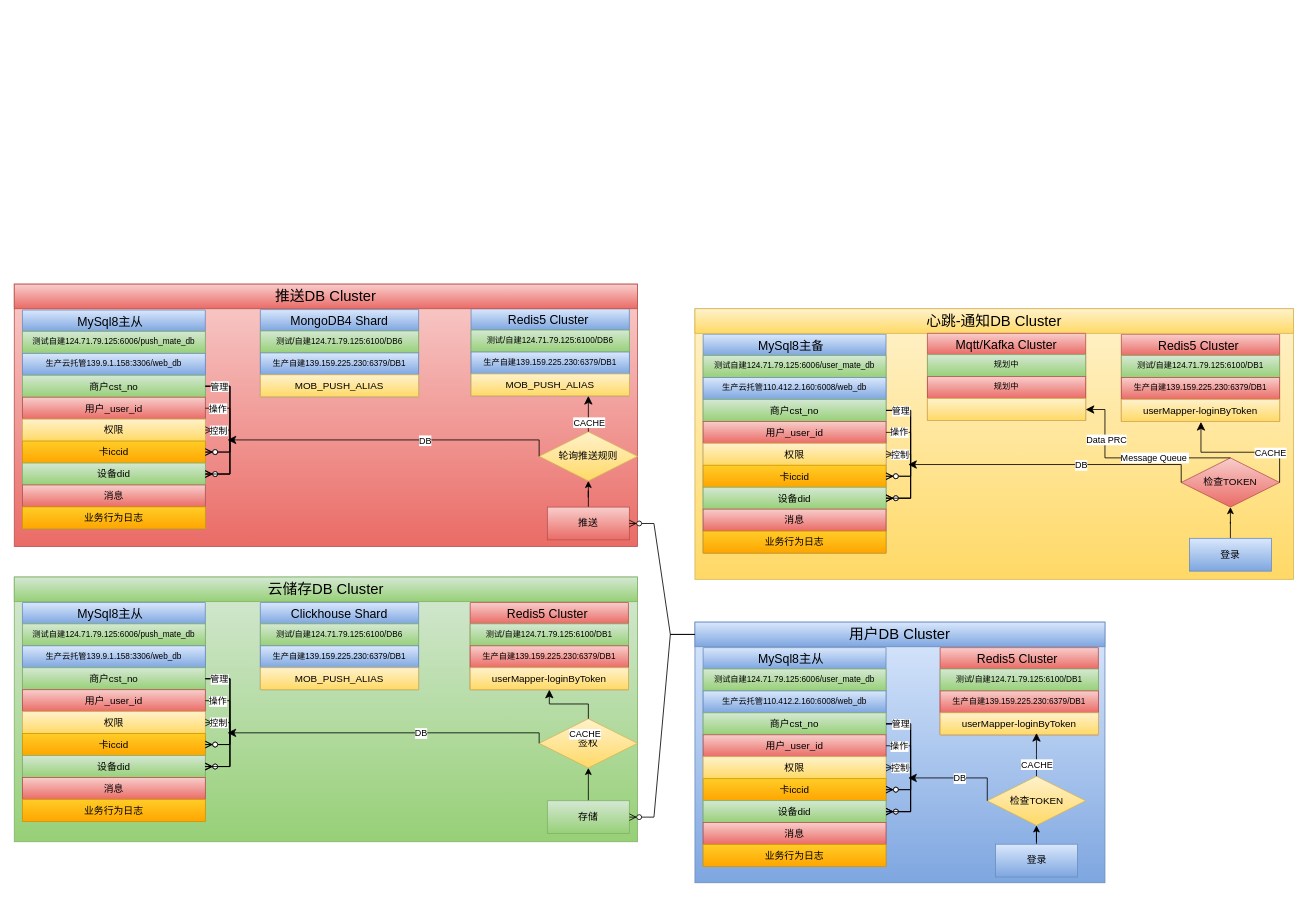
Earlier version of the draw.io diagram cloudbirds/整体数据模型.drawio (luoyongshun/framework). Source tidied: cells renumbered, new cells numbered last; positions are measured from the earlier drawing's top-left corner, leaving out a move shared by most shapes. Both pictures are drawn from the tidied source at 82%, with x=0, y=0 at pixel (14, 284).
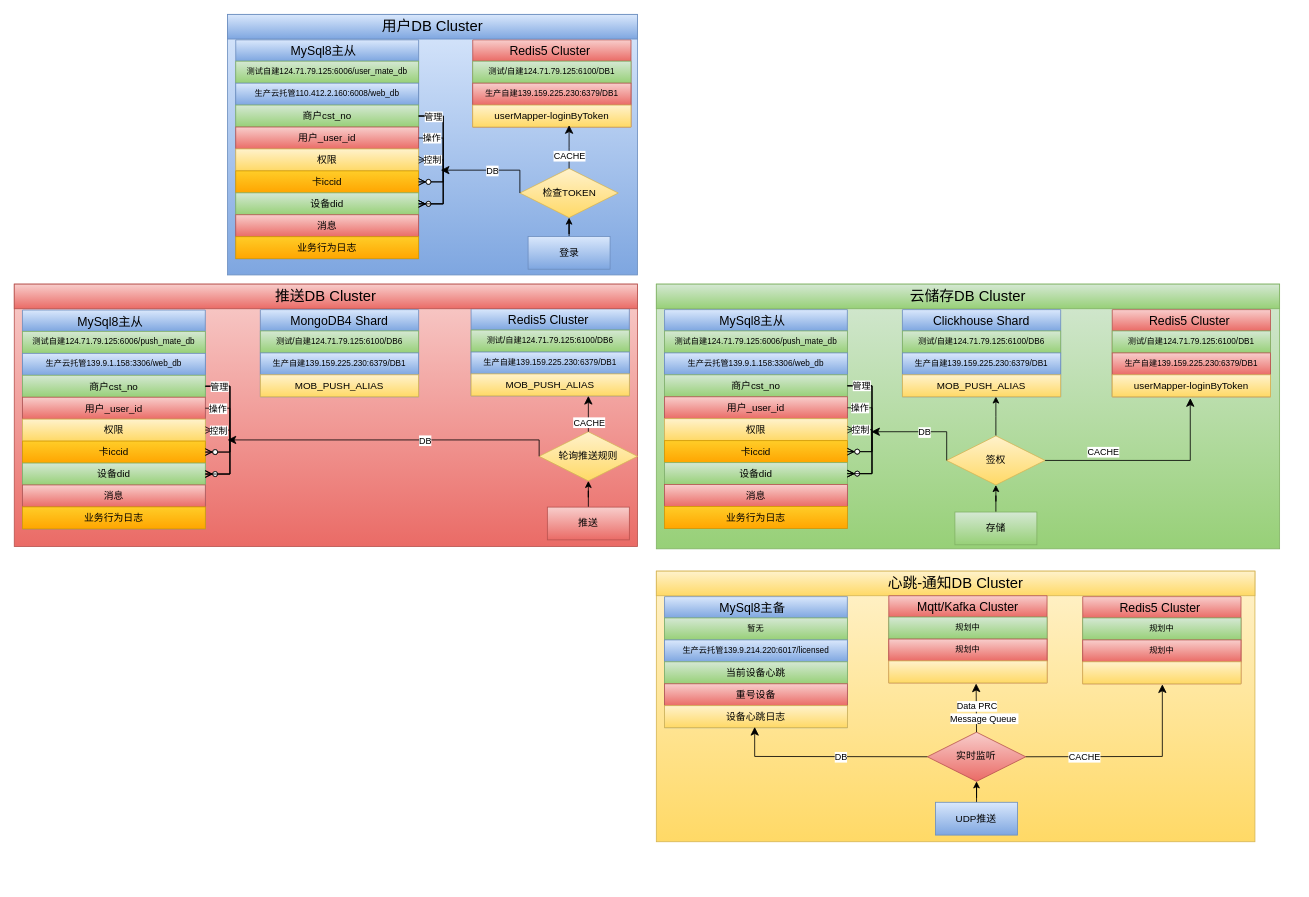
After the change.

Commit message (it also covers changes not shown here):
更新整体数据模型.drawio

Unchanged cells that the change refers to:
```xml
<mxCell id="54" value="推送" style="whiteSpace=wrap;html=1;align=center;fillColor=#f8cecc;gradientColor=#ea6b66;strokeColor=#b85450;" parent="1" vertex="1">
  <mxGeometry x="650" y="271.9" width="100" height="40" as="geometry" />
</mxCell>
<mxCell id="89" value="userMapper-loginByToken" style="text;strokeColor=#d6b656;fillColor=#fff2cc;spacingLeft=4;spacingRight=4;overflow=hidden;points=[[0,0.5],[1,0.5]];portConstraint=eastwest;fontSize=12;gradientColor=#ffd966;align=center;" parent="86" vertex="1">
  <mxGeometry y="79.5" width="193" height="26.8" as="geometry" />
</mxCell>
<mxCell id="139" style="text;strokeColor=#d6b656;fillColor=#fff2cc;spacingLeft=4;spacingRight=4;overflow=hidden;points=[[0,0.5],[1,0.5]];portConstraint=eastwest;fontSize=12;gradientColor=#ffd966;align=center;" parent="136" vertex="1">
  <mxGeometry y="79.5" width="193" height="26.8" as="geometry" />
</mxCell>
```

Diff of the diagram source:
```diff
@@
     <mxCell id="2" style="rounded=0;whiteSpace=wrap;html=1;fillColor=#dae8fc;gradientColor=#7ea6e0;strokeColor=#6c8ebf;" parent="1" vertex="1">
-      <mxGeometry x="830" y="412.2" width="500" height="317.8" as="geometry" />
+      <mxGeometry x="260" y="-329" width="500" height="317.8" as="geometry" />
     </mxCell>
     <mxCell id="3" value="检查TOKEN" style="shape=rhombus;perimeter=rhombusPerimeter;whiteSpace=wrap;html=1;align=center;fillColor=#fff2cc;gradientColor=#ffd966;strokeColor=#d6b656;" parent="1" vertex="1">
-      <mxGeometry x="1186.5" y="600.1" width="120" height="60" as="geometry" />
+      <mxGeometry x="616.5" y="-141.1" width="120" height="60" as="geometry" />
     </mxCell>
     <mxCell id="4" value="MySql8主从  " style="swimlane;fontStyle=0;horizontal=1;startSize=26;align=center;fontSize=15;fillColor=#dae8fc;gradientColor=#7ea6e0;strokeColor=#6c8ebf;" parent="1" vertex="1">
-      <mxGeometry x="840" y="443.3" width="223" height="266.9" as="geometry" />
+      <mxGeometry x="270" y="-297.9" width="223" height="266.9" as="geometry" />
     </mxCell>
@@
     <mxCell id="23" value="登录" style="whiteSpace=wrap;html=1;align=center;fillColor=#dae8fc;gradientColor=#7ea6e0;strokeColor=#6c8ebf;" parent="1" vertex="1">
-      <mxGeometry x="1196.5" y="683" width="100" height="40" as="geometry" />
+      <mxGeometry x="626.5" y="-58.2" width="100" height="40" as="geometry" />
     </mxCell>
     <mxCell id="24" value="Redis5 Cluster " style="swimlane;fontStyle=0;horizontal=1;startSize=26;align=center;fontSize=15;fillColor=#f8cecc;gradientColor=#ea6b66;strokeColor=#b85450;" parent="1" vertex="1">
-      <mxGeometry x="1129" y="443.3" width="193" height="106.3" as="geometry" />
+      <mxGeometry x="559" y="-297.9" width="193" height="106.3" as="geometry" />
     </mxCell>
@@
     <mxCell id="28" style="edgeStyle=elbowEdgeStyle;elbow=vertical;endArrow=classic;html=1;curved=0;rounded=0;endSize=8;startSize=8;exitX=0;exitY=0.5;exitDx=0;exitDy=0;" parent="1" edge="1" source="3">
       <mxGeometry relative="1" as="geometry">
-        <mxPoint x="1090" y="602.2" as="targetPoint" />
+        <mxPoint x="520" y="-139" as="targetPoint" />
         <Array as="points">
-          <mxPoint x="1130" y="602.2" />
+          <mxPoint x="560" y="-139" />
         </Array>
       </mxGeometry>
     </mxCell>
@@
     <mxCell id="30" style="edgeStyle=elbowEdgeStyle;elbow=vertical;endArrow=classic;html=1;curved=0;rounded=0;endSize=8;startSize=8;exitX=0.5;exitY=0;exitDx=0;exitDy=0;entryX=0.5;entryY=1;entryDx=0;entryDy=0;" parent="1" edge="1" source="3">
       <mxGeometry relative="1" as="geometry">
-        <mxPoint x="1246.5" y="547.4" as="targetPoint" />
+        <mxPoint x="676.5" y="-193.9" as="targetPoint" />
       </mxGeometry>
     </mxCell>
@@
     <mxCell id="32" value="用户DB Cluster" style="text;html=1;strokeColor=#6c8ebf;fillColor=#dae8fc;align=center;verticalAlign=middle;whiteSpace=wrap;rounded=0;fontSize=18;gradientColor=#7ea6e0;" parent="1" vertex="1">
-      <mxGeometry x="830" y="412.2" width="500" height="30" as="geometry" />
+      <mxGeometry x="260" y="-328.9" width="500" height="30" as="geometry" />
     </mxCell>
@@
     <mxCell id="64" style="rounded=0;whiteSpace=wrap;html=1;fillColor=#d5e8d4;gradientColor=#97d077;strokeColor=#82b366;" parent="1" vertex="1">
-      <mxGeometry x="-0.1" y="357.2" width="760.1" height="322.8" as="geometry" />
+      <mxGeometry x="782.9" width="760.1" height="322.8" as="geometry" />
     </mxCell>
+    <mxCell id="143" style="edgeStyle=orthogonalEdgeStyle;rounded=0;jettySize=auto;html=1;" parent="1" edge="1" source="65">
+      <mxGeometry relative="1" as="geometry">
+        <mxPoint x="1197" y="137" as="targetPoint" />
+      </mxGeometry>
+    </mxCell>
     <mxCell id="65" value="签权" style="shape=rhombus;perimeter=rhombusPerimeter;whiteSpace=wrap;html=1;align=center;fillColor=#fff2cc;gradientColor=#ffd966;strokeColor=#d6b656;" parent="1" vertex="1">
-      <mxGeometry x="640" y="530" width="120" height="60" as="geometry" />
+      <mxGeometry x="1137" y="185" width="120" height="60" as="geometry" />
     </mxCell>
     <mxCell id="66" value="MySql8主从  " style="swimlane;fontStyle=0;horizontal=1;startSize=26;align=center;fontSize=15;fillColor=#dae8fc;gradientColor=#7ea6e0;strokeColor=#6c8ebf;" parent="1" vertex="1">
-      <mxGeometry x="9.9" y="388.3" width="223" height="266.9" as="geometry" />
+      <mxGeometry x="792.9" y="31.1" width="223" height="266.9" as="geometry" />
     </mxCell>
@@
     <mxCell id="85" value="存储" style="whiteSpace=wrap;html=1;align=center;fillColor=#d5e8d4;gradientColor=#97d077;strokeColor=#82b366;" parent="1" vertex="1">
-      <mxGeometry x="650" y="630" width="100" height="40" as="geometry" />
+      <mxGeometry x="1147" y="277.9" width="100" height="40" as="geometry" />
     </mxCell>
     <mxCell id="86" value="Redis5 Cluster " style="swimlane;fontStyle=0;horizontal=1;startSize=26;align=center;fontSize=15;fillColor=#f8cecc;gradientColor=#ea6b66;strokeColor=#b85450;" parent="1" vertex="1">
-      <mxGeometry x="555.9" y="388.3" width="193" height="106.3" as="geometry" />
+      <mxGeometry x="1338.9" y="31.1" width="193" height="106.3" as="geometry" />
     </mxCell>
@@
     <mxCell id="90" style="edgeStyle=elbowEdgeStyle;elbow=vertical;endArrow=classic;html=1;curved=0;rounded=0;endSize=8;startSize=8;exitX=0;exitY=0.5;exitDx=0;exitDy=0;" parent="1" edge="1" source="65">
       <mxGeometry relative="1" as="geometry">
-        <mxPoint x="259.9" y="547.2" as="targetPoint" />
+        <mxPoint x="1045" y="180" as="targetPoint" />
         <Array as="points">
-          <mxPoint x="299.9" y="547.2" />
+          <mxPoint x="1380" y="180" />
         </Array>
       </mxGeometry>
     </mxCell>
@@
-    <mxCell id="92" style="edgeStyle=elbowEdgeStyle;elbow=vertical;endArrow=classic;html=1;curved=0;rounded=0;endSize=8;startSize=8;exitX=0.5;exitY=0;exitDx=0;exitDy=0;" parent="1" edge="1" source="65" target="89">
-      <mxGeometry relative="1" as="geometry" />
+    <mxCell id="92" style="edgeStyle=elbowEdgeStyle;elbow=vertical;endArrow=classic;html=1;curved=0;rounded=0;endSize=8;startSize=8;exitX=1;exitY=0.5;exitDx=0;exitDy=0;entryX=0.493;entryY=1.061;entryDx=0;entryDy=0;entryPerimeter=0;" parent="1" edge="1" source="65" target="89">
+      <mxGeometry relative="1" as="geometry">
+        <Array as="points">
+          <mxPoint x="1360" y="215" />
+        </Array>
+      </mxGeometry>
     </mxCell>
     <mxCell id="93" value="CACHE" style="edgeLabel;html=1;align=center;verticalAlign=middle;" parent="92" vertex="1">
       <mxGeometry x="-0.44" relative="1" as="geometry">
-        <mxPoint y="36" as="offset" />
+        <mxPoint x="-1" y="-11" as="offset" />
       </mxGeometry>
     </mxCell>
     <mxCell id="94" value="云储存DB Cluster" style="text;html=1;strokeColor=#82b366;fillColor=#d5e8d4;align=center;verticalAlign=middle;whiteSpace=wrap;rounded=0;fontSize=18;gradientColor=#97d077;" parent="1" vertex="1">
-      <mxGeometry x="-0.1" y="357.2" width="760.1" height="30" as="geometry" />
+      <mxGeometry x="782.9" width="760.1" height="30" as="geometry" />
     </mxCell>
-    <mxCell id="95" style="edgeStyle=entityRelationEdgeStyle;fontSize=12;html=1;endArrow=ERzeroToMany;endFill=1;rounded=0;exitX=0;exitY=0.5;exitDx=0;exitDy=0;" parent="1" edge="1" source="32" target="54">
-      <mxGeometry relative="1" as="geometry" />
-    </mxCell>
-    <mxCell id="96" style="edgeStyle=entityRelationEdgeStyle;fontSize=12;html=1;endArrow=ERzeroToMany;endFill=1;rounded=0;exitX=0;exitY=0.5;exitDx=0;exitDy=0;entryX=1;entryY=0.5;entryDx=0;entryDy=0;" parent="1" edge="1" source="32" target="85">
-      <mxGeometry relative="1" as="geometry" />
-    </mxCell>
@@
     <mxCell id="101" value="Clickhouse Shard" style="swimlane;fontStyle=0;horizontal=1;startSize=26;align=center;fontSize=15;fillColor=#dae8fc;gradientColor=#7ea6e0;strokeColor=#6c8ebf;" parent="1" vertex="1">
-      <mxGeometry x="300" y="388.3" width="193" height="106.3" as="geometry" />
+      <mxGeometry x="1083" y="31.1" width="193" height="106.3" as="geometry" />
     </mxCell>
@@
     <mxCell id="105" style="rounded=0;whiteSpace=wrap;html=1;fillColor=#fff2cc;gradientColor=#ffd966;strokeColor=#d6b656;" parent="1" vertex="1">
-      <mxGeometry x="830" y="30" width="730" height="330" as="geometry" />
+      <mxGeometry x="782.9" y="350" width="730" height="330" as="geometry" />
     </mxCell>
-    <mxCell id="106" value="检查TOKEN" style="shape=rhombus;perimeter=rhombusPerimeter;whiteSpace=wrap;html=1;align=center;fillColor=#f8cecc;gradientColor=#ea6b66;strokeColor=#b85450;" parent="1" vertex="1">
-      <mxGeometry x="1423" y="211.9" width="120" height="60" as="geometry" />
+    <mxCell id="106" value="实时监听" style="shape=rhombus;perimeter=rhombusPerimeter;whiteSpace=wrap;html=1;align=center;fillColor=#f8cecc;gradientColor=#ea6b66;strokeColor=#b85450;" parent="1" vertex="1">
+      <mxGeometry x="1113.4" y="546.4" width="120" height="60" as="geometry" />
     </mxCell>
     <mxCell id="107" value="MySql8主备  " style="swimlane;fontStyle=0;horizontal=1;startSize=26;align=center;fontSize=15;fillColor=#dae8fc;gradientColor=#7ea6e0;strokeColor=#6c8ebf;" parent="1" vertex="1">
-      <mxGeometry x="840" y="61.1" width="223" height="266.9" as="geometry" />
+      <mxGeometry x="792.9" y="381.1" width="223" height="159.8" as="geometry" />
     </mxCell>
-    <mxCell id="108" value="测试自建124.71.79.125:6006/user_mate_db" style="text;strokeColor=#82b366;fillColor=#d5e8d4;spacingLeft=4;spacingRight=4;overflow=hidden;fontSize=10;gradientColor=#97d077;align=center;" parent="107" vertex="1">
+    <mxCell id="108" value="暂无" style="text;strokeColor=#82b366;fillColor=#d5e8d4;spacingLeft=4;spacingRight=4;overflow=hidden;fontSize=10;gradientColor=#97d077;align=center;" parent="107" vertex="1">
       <mxGeometry y="26" width="223" height="26.8" as="geometry" />
     </mxCell>
-    <mxCell id="109" value="生产云托管110.412.2.160:6008/web_db" style="text;strokeColor=#6c8ebf;fillColor=#dae8fc;spacingLeft=4;spacingRight=4;overflow=hidden;fontSize=10;gradientColor=#7ea6e0;align=center;" parent="107" vertex="1">
+    <mxCell id="109" value="生产云托管139.9.214.220:6017/licensed" style="text;strokeColor=#6c8ebf;fillColor=#dae8fc;spacingLeft=4;spacingRight=4;overflow=hidden;fontSize=10;gradientColor=#7ea6e0;align=center;" parent="107" vertex="1">
       <mxGeometry y="52.8" width="223" height="26.8" as="geometry" />
     </mxCell>
-    <mxCell id="110" value="商户cst_no" style="text;strokeColor=#82b366;fillColor=#d5e8d4;spacingLeft=4;spacingRight=4;overflow=hidden;points=[[0,0.5],[1,0.5]];portConstraint=eastwest;fontSize=12;gradientColor=#97d077;align=center;" parent="107" vertex="1">
+    <mxCell id="110" value="当前设备心跳" style="text;strokeColor=#82b366;fillColor=#d5e8d4;spacingLeft=4;spacingRight=4;overflow=hidden;points=[[0,0.5],[1,0.5]];portConstraint=eastwest;fontSize=12;gradientColor=#97d077;align=center;" parent="107" vertex="1">
       <mxGeometry y="79.5" width="223" height="26.8" as="geometry" />
     </mxCell>
-    <mxCell id="111" value="用户_user_id" style="text;strokeColor=#b85450;fillColor=#f8cecc;spacingLeft=4;spacingRight=4;overflow=hidden;points=[[0,0.5],[1,0.5]];portConstraint=eastwest;fontSize=12;gradientColor=#ea6b66;align=center;" parent="107" vertex="1">
+    <mxCell id="111" value="重号设备" style="text;strokeColor=#b85450;fillColor=#f8cecc;spacingLeft=4;spacingRight=4;overflow=hidden;points=[[0,0.5],[1,0.5]];portConstraint=eastwest;fontSize=12;gradientColor=#ea6b66;align=center;" parent="107" vertex="1">
       <mxGeometry y="106.3" width="223" height="26.8" as="geometry" />
     </mxCell>
-    <mxCell id="112" value="权限" style="text;strokeColor=#d6b656;fillColor=#fff2cc;spacingLeft=4;spacingRight=4;overflow=hidden;points=[[0,0.5],[1,0.5]];portConstraint=eastwest;fontSize=12;gradientColor=#ffd966;align=center;" parent="107" vertex="1">
+    <mxCell id="112" value="设备心跳日志" style="text;strokeColor=#d6b656;fillColor=#fff2cc;spacingLeft=4;spacingRight=4;overflow=hidden;points=[[0,0.5],[1,0.5]];portConstraint=eastwest;fontSize=12;gradientColor=#ffd966;align=center;" parent="107" vertex="1">
       <mxGeometry y="133" width="223" height="26.8" as="geometry" />
     </mxCell>
-    <mxCell id="113" value="卡iccid" style="text;strokeColor=#d79b00;fillColor=#ffcd28;spacingLeft=4;spacingRight=4;overflow=hidden;points=[[0,0.5],[1,0.5]];portConstraint=eastwest;fontSize=12;gradientColor=#ffa500;align=center;" parent="107" vertex="1">
-      <mxGeometry y="159.8" width="223" height="26.8" as="geometry" />
-    </mxCell>
-    <mxCell id="114" value="设备did" style="text;strokeColor=#82b366;fillColor=#d5e8d4;spacingLeft=4;spacingRight=4;overflow=hidden;points=[[0,0.5],[1,0.5]];portConstraint=eastwest;fontSize=12;gradientColor=#97d077;align=center;" parent="107" vertex="1">
-      <mxGeometry y="186.6" width="223" height="26.8" as="geometry" />
-    </mxCell>
-    <mxCell id="115" value="消息" style="text;strokeColor=#b85450;fillColor=#f8cecc;spacingLeft=4;spacingRight=4;overflow=hidden;fontSize=12;gradientColor=#ea6b66;align=center;" parent="107" vertex="1">
-      <mxGeometry y="213.3" width="223" height="26.8" as="geometry" />
-    </mxCell>
-    <mxCell id="116" value="业务行为日志" style="text;strokeColor=#d79b00;fillColor=#ffcd28;spacingLeft=4;spacingRight=4;overflow=hidden;fontSize=12;gradientColor=#ffa500;align=center;" parent="107" vertex="1">
-      <mxGeometry y="240.1" width="223" height="26.8" as="geometry" />
-    </mxCell>
-    <mxCell id="117" style="edgeStyle=entityRelationEdgeStyle;fontSize=12;html=1;endArrow=ERzeroToMany;endFill=1;rounded=0;exitX=1;exitY=0.5;exitDx=0;exitDy=0;" parent="107" edge="1" source="110" target="114">
-      <mxGeometry relative="1" as="geometry" />
-    </mxCell>
-    <mxCell id="118" style="edgeStyle=entityRelationEdgeStyle;fontSize=12;html=1;endArrow=ERzeroToMany;endFill=1;rounded=0;exitX=1;exitY=0.5;exitDx=0;exitDy=0;" parent="107" edge="1" source="110" target="114">
-      <mxGeometry relative="1" as="geometry" />
-    </mxCell>
-    <mxCell id="119" style="edgeStyle=entityRelationEdgeStyle;fontSize=12;html=1;endArrow=ERzeroToMany;endFill=1;rounded=0;exitX=1;exitY=0.5;exitDx=0;exitDy=0;" parent="107" edge="1" source="110" target="113">
-      <mxGeometry relative="1" as="geometry" />
-    </mxCell>
-    <mxCell id="120" value="管理" style="edgeLabel;html=1;align=center;verticalAlign=middle;" parent="119" vertex="1">
-      <mxGeometry x="-0.31" y="2" relative="1" as="geometry">
-        <mxPoint x="-15" y="-18" as="offset" />
-      </mxGeometry>
-    </mxCell>
-    <mxCell id="121" style="edgeStyle=entityRelationEdgeStyle;fontSize=12;html=1;endArrow=ERzeroToMany;endFill=1;rounded=0;exitX=1;exitY=0.5;exitDx=0;exitDy=0;entryX=1;entryY=0.5;entryDx=0;entryDy=0;" parent="107" edge="1" source="111" target="113">
-      <mxGeometry relative="1" as="geometry" />
-    </mxCell>
-    <mxCell id="122" value="操作" style="edgeLabel;html=1;align=center;verticalAlign=middle;" parent="121" vertex="1">
-      <mxGeometry x="-0.74" relative="1" as="geometry" />
-    </mxCell>
-    <mxCell id="123" style="edgeStyle=entityRelationEdgeStyle;fontSize=12;html=1;endArrow=ERmany;startArrow=ERmany;rounded=0;exitX=1;exitY=0.5;exitDx=0;exitDy=0;entryX=1;entryY=0.5;entryDx=0;entryDy=0;" parent="107" edge="1" source="112" target="114">
-      <mxGeometry relative="1" as="geometry" />
-    </mxCell>
-    <mxCell id="124" value="控制" style="edgeLabel;html=1;align=center;verticalAlign=middle;" parent="123" vertex="1">
-      <mxGeometry x="-0.72" relative="1" as="geometry" />
-    </mxCell>
@@
-    <mxCell id="126" value="登录" style="whiteSpace=wrap;html=1;align=center;fillColor=#dae8fc;gradientColor=#7ea6e0;strokeColor=#6c8ebf;" parent="1" vertex="1">
-      <mxGeometry x="1433" y="310" width="100" height="40" as="geometry" />
+    <mxCell id="126" value="UDP推送" style="whiteSpace=wrap;html=1;align=center;fillColor=#dae8fc;gradientColor=#7ea6e0;strokeColor=#6c8ebf;" parent="1" vertex="1">
+      <mxGeometry x="1123.4" y="631.9" width="100" height="40" as="geometry" />
     </mxCell>
     <mxCell id="127" value="Redis5 Cluster " style="swimlane;fontStyle=0;horizontal=1;startSize=26;align=center;fontSize=15;fillColor=#f8cecc;gradientColor=#ea6b66;strokeColor=#b85450;" parent="1" vertex="1">
-      <mxGeometry x="1350" y="61.1" width="193" height="106.3" as="geometry" />
+      <mxGeometry x="1302.9" y="381.1" width="193" height="106.3" as="geometry" />
     </mxCell>
-    <mxCell id="128" value="测试/自建124.71.79.125:6100/DB1" style="text;strokeColor=#82b366;fillColor=#d5e8d4;spacingLeft=4;spacingRight=4;overflow=hidden;fontSize=10;gradientColor=#97d077;align=center;" parent="127" vertex="1">
+    <mxCell id="128" value="规划中" style="text;strokeColor=#82b366;fillColor=#d5e8d4;spacingLeft=4;spacingRight=4;overflow=hidden;fontSize=10;gradientColor=#97d077;align=center;" parent="127" vertex="1">
       <mxGeometry y="26" width="193" height="26.8" as="geometry" />
     </mxCell>
-    <mxCell id="129" value="生产自建139.159.225.230:6379/DB1" style="text;strokeColor=#b85450;fillColor=#f8cecc;spacingLeft=4;spacingRight=4;overflow=hidden;fontSize=10;gradientColor=#ea6b66;align=center;" parent="127" vertex="1">
+    <mxCell id="129" value="规划中" style="text;strokeColor=#b85450;fillColor=#f8cecc;spacingLeft=4;spacingRight=4;overflow=hidden;fontSize=10;gradientColor=#ea6b66;align=center;" parent="127" vertex="1">
       <mxGeometry y="52.8" width="193" height="26.8" as="geometry" />
     </mxCell>
-    <mxCell id="130" value="userMapper-loginByToken" style="text;strokeColor=#d6b656;fillColor=#fff2cc;spacingLeft=4;spacingRight=4;overflow=hidden;points=[[0,0.5],[1,0.5]];portConstraint=eastwest;fontSize=12;gradientColor=#ffd966;align=center;" parent="127" vertex="1">
+    <mxCell id="130" style="text;strokeColor=#d6b656;fillColor=#fff2cc;spacingLeft=4;spacingRight=4;overflow=hidden;points=[[0,0.5],[1,0.5]];portConstraint=eastwest;fontSize=12;gradientColor=#ffd966;align=center;" parent="127" vertex="1">
       <mxGeometry y="79.5" width="193" height="26.8" as="geometry" />
     </mxCell>
-    <mxCell id="131" style="edgeStyle=elbowEdgeStyle;elbow=vertical;endArrow=classic;html=1;curved=0;rounded=0;endSize=8;startSize=8;exitX=0;exitY=0.5;exitDx=0;exitDy=0;" parent="1" edge="1" source="106">
+    <mxCell id="131" style="edgeStyle=elbowEdgeStyle;elbow=vertical;endArrow=classic;html=1;curved=0;rounded=0;endSize=8;startSize=8;exitX=0;exitY=0.5;exitDx=0;exitDy=0;entryX=0.493;entryY=0.967;entryDx=0;entryDy=0;entryPerimeter=0;" parent="1" edge="1" source="106" target="112">
       <mxGeometry relative="1" as="geometry">
-        <mxPoint x="1090" y="220" as="targetPoint" />
         <Array as="points">
-          <mxPoint x="1130" y="220" />
+          <mxPoint x="1012.9" y="576" />
+          <mxPoint x="1132.9" y="620" />
         </Array>
       </mxGeometry>
     </mxCell>
@@
     <mxCell id="133" style="edgeStyle=elbowEdgeStyle;elbow=vertical;endArrow=classic;html=1;curved=0;rounded=0;endSize=8;startSize=8;exitX=1;exitY=0.5;exitDx=0;exitDy=0;entryX=0.503;entryY=1.024;entryDx=0;entryDy=0;entryPerimeter=0;" parent="1" edge="1" source="106" target="130">
-      <mxGeometry relative="1" as="geometry" />
+      <mxGeometry relative="1" as="geometry">
+        <Array as="points">
+          <mxPoint x="1382.9" y="576" />
+        </Array>
+      </mxGeometry>
     </mxCell>
@@
     <mxCell id="135" value="心跳-通知DB Cluster" style="text;html=1;strokeColor=#d6b656;fillColor=#fff2cc;align=center;verticalAlign=middle;whiteSpace=wrap;rounded=0;fontSize=18;gradientColor=#ffd966;" parent="1" vertex="1">
-      <mxGeometry x="830" y="30" width="730" height="30" as="geometry" />
+      <mxGeometry x="782.9" y="350" width="730" height="30" as="geometry" />
     </mxCell>
     <mxCell id="136" value="Mqtt/Kafka Cluster" style="swimlane;fontStyle=0;horizontal=1;startSize=26;align=center;fontSize=15;fillColor=#f8cecc;gradientColor=#ea6b66;strokeColor=#b85450;" parent="1" vertex="1">
-      <mxGeometry x="1113.5" y="60" width="193" height="106.3" as="geometry" />
+      <mxGeometry x="1066.4" y="380" width="193" height="106.3" as="geometry" />
     </mxCell>
@@
-    <mxCell id="140" style="edgeStyle=elbowEdgeStyle;elbow=horizontal;endArrow=classic;html=1;curved=0;rounded=0;endSize=8;startSize=8;exitX=0.5;exitY=0;exitDx=0;exitDy=0;" parent="1" edge="1" source="106" target="139">
+    <mxCell id="140" style="edgeStyle=elbowEdgeStyle;elbow=horizontal;endArrow=classic;html=1;curved=0;rounded=0;endSize=8;startSize=8;exitX=0.5;exitY=0;exitDx=0;exitDy=0;entryX=0.547;entryY=1.027;entryDx=0;entryDy=0;entryPerimeter=0;" parent="1" edge="1" source="106" target="139">
       <mxGeometry relative="1" as="geometry">
         <Array as="points">
-          <mxPoint x="1330" y="180" />
+          <mxPoint x="1172.9" y="520" />
         </Array>
       </mxGeometry>
     </mxCell>
     <mxCell id="141" value="Message Queue&amp;nbsp;" style="edgeLabel;html=1;align=center;verticalAlign=middle;" parent="140" vertex="1">
       <mxGeometry x="-0.05" relative="1" as="geometry">
-        <mxPoint x="19" as="offset" />
+        <mxPoint x="10" y="12" as="offset" />
       </mxGeometry>
     </mxCell>
```
